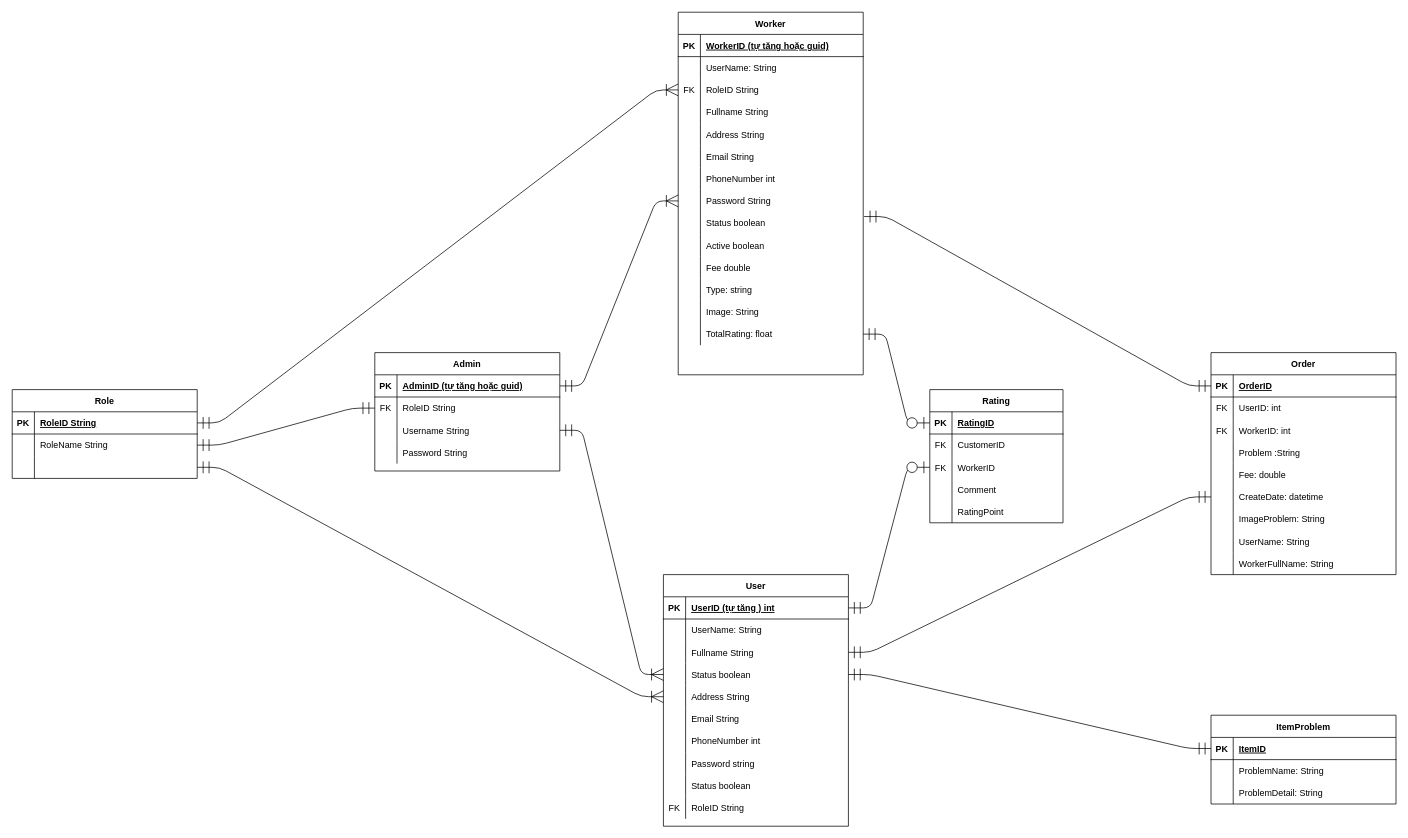
Above: Database_Version1.drawio in tan0976861/RepairHomeElectricsBooking (draw.io), before the change. Source tidied: cells renumbered, new cells numbered last; positions are measured from the earlier drawing's top-left corner, leaving out a move shared by most shapes. Both pictures are drawn from the tidied source at 74%, with x=0, y=0 at pixel (12, 12).
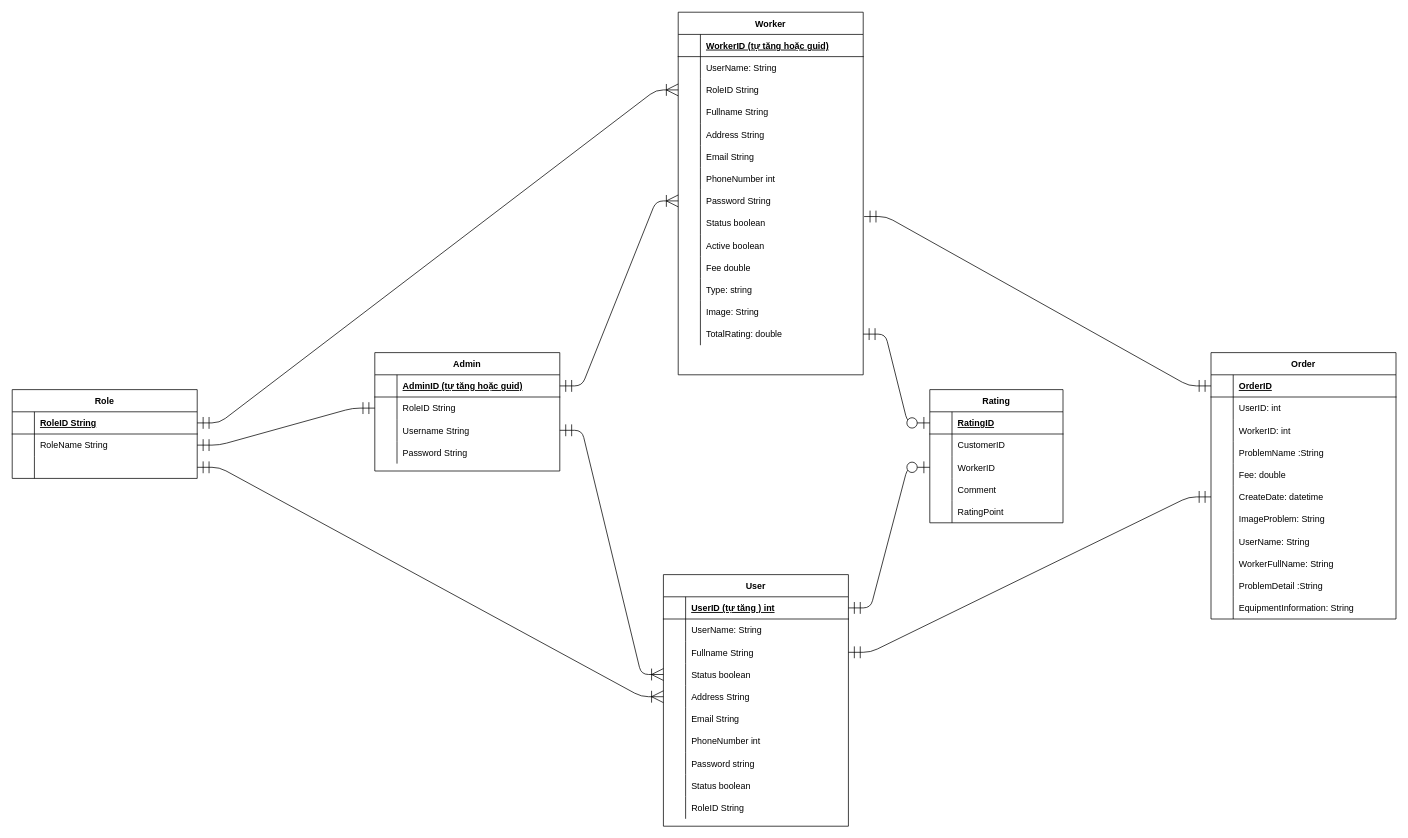
After the change.

Unchanged cells that the change refers to:
```xml
<mxCell id="3" style="shape=partialRectangle;fillColor=none;points=[[0,0.5],[1,0.5]];portConstraint=eastwest;top=0;left=0;right=0;bottom=1;" parent="2" vertex="1">
  <mxGeometry y="30" width="250" height="30" as="geometry" />
</mxCell>
<mxCell id="13" style="shape=partialRectangle;fillColor=none;points=[[0,0.5],[1,0.5]];portConstraint=eastwest;top=0;left=0;right=0;bottom=1;" parent="12" vertex="1">
  <mxGeometry y="30" width="250" height="30" as="geometry" />
</mxCell>
<mxCell id="22" style="shape=partialRectangle;fillColor=none;points=[[0,0.5],[1,0.5]];portConstraint=eastwest;top=0;left=0;right=0;bottom=0;" parent="12" vertex="1">
  <mxGeometry y="120" width="250" height="30" as="geometry" />
</mxCell>
<mxCell id="40" style="shape=partialRectangle;fillColor=none;top=0;left=0;right=0;bottom=0;" parent="12" vertex="1">
  <mxGeometry y="300" width="250" height="30" as="geometry" />
</mxCell>
<mxCell id="44" style="shape=partialRectangle;fillColor=none;top=0;left=0;right=0;bottom=1;" parent="43" vertex="1">
  <mxGeometry y="30" width="250" height="30" as="geometry" />
</mxCell>
<mxCell id="50" style="shape=partialRectangle;fillColor=none;points=[[0,0.5],[1,0.5]];portConstraint=eastwest;top=0;left=0;right=0;bottom=0;" parent="43" vertex="1">
  <mxGeometry y="90" width="250" height="30" as="geometry" />
</mxCell>
<mxCell id="83" style="shape=partialRectangle;fillColor=none;points=[[0,0.5],[1,0.5]];portConstraint=eastwest;top=0;left=0;right=0;bottom=0;" parent="43" vertex="1">
  <mxGeometry y="420" width="250" height="30" as="geometry" />
</mxCell>
<mxCell id="87" style="shape=partialRectangle;fillColor=none;points=[[0,0.5],[1,0.5]];portConstraint=eastwest;top=0;left=0;right=0;bottom=1;" parent="86" vertex="1">
  <mxGeometry y="30" width="250" height="30" as="geometry" />
</mxCell>
<mxCell id="90" style="shape=partialRectangle;fillColor=none;points=[[0,0.5],[1,0.5]];portConstraint=eastwest;top=0;left=0;right=0;bottom=0;" parent="86" vertex="1">
  <mxGeometry y="60" width="250" height="30" as="geometry" />
</mxCell>
<mxCell id="100" style="shape=partialRectangle;fillColor=none;points=[[0,0.5],[1,0.5]];portConstraint=eastwest;top=0;left=0;right=0;bottom=1;" parent="99" vertex="1">
  <mxGeometry y="30" width="180" height="30" as="geometry" />
</mxCell>
<mxCell id="103" style="shape=partialRectangle;fillColor=none;top=0;left=0;right=0;bottom=0;" parent="99" vertex="1">
  <mxGeometry y="60" width="180" height="30" as="geometry" />
</mxCell>
<mxCell id="106" style="shape=partialRectangle;fillColor=none;points=[[0,0.5],[1,0.5]];portConstraint=eastwest;top=0;left=0;right=0;bottom=0;" parent="99" vertex="1">
  <mxGeometry y="90" width="180" height="30" as="geometry" />
</mxCell>
<mxCell id="116" style="shape=partialRectangle;fillColor=none;points=[[0,0.5],[1,0.5]];portConstraint=eastwest;top=0;left=0;right=0;bottom=1;" parent="115" vertex="1">
  <mxGeometry y="30" width="250" height="30" as="geometry" />
</mxCell>
<mxCell id="119" style="shape=partialRectangle;fillColor=none;top=0;left=0;right=0;bottom=0;" parent="115" vertex="1">
  <mxGeometry y="60" width="250" height="30" as="geometry" />
</mxCell>
<mxCell id="122" style="shape=partialRectangle;fillColor=none;top=0;left=0;right=0;bottom=0;" parent="115" vertex="1">
  <mxGeometry y="90" width="250" height="30" as="geometry" />
</mxCell>
<mxCell id="125" style="shape=partialRectangle;fillColor=none;top=0;left=0;right=0;bottom=0;" parent="115" vertex="1">
  <mxGeometry y="120" width="250" height="30" as="geometry" />
</mxCell>
```

Diff of the diagram source:
```diff
@@
-    <mxCell id="2" value="Role" style="shape=table;startSize=30;childLayout=tableLayout;rowLines=0;fontStyle=1;align=center;" parent="1" vertex="1">
+    <mxCell id="2" value="Role" style="shape=table;startSize=30;childLayout=tableLayout;rowLines=0;fontStyle=1;align=center;fontColor=default;" parent="1" vertex="1">
       <mxGeometry y="510" width="250" height="120" as="geometry" />
     </mxCell>
@@
-    <mxCell id="4" value="PK" style="shape=partialRectangle;overflow=hidden;fillColor=none;top=0;left=0;bottom=0;right=0;fontStyle=1;" parent="3" vertex="1">
+    <mxCell id="4" style="shape=partialRectangle;overflow=hidden;fillColor=none;top=0;left=0;bottom=0;right=0;fontStyle=1;fontColor=default;" parent="3" vertex="1">
       <mxGeometry width="30" height="30" as="geometry" />
     </mxCell>
@@
-    <mxCell id="12" value="User" style="shape=table;startSize=30;childLayout=tableLayout;rowLines=0;fontStyle=1;align=center;" parent="1" vertex="1">
+    <mxCell id="12" value="User" style="shape=table;startSize=30;childLayout=tableLayout;rowLines=0;fontStyle=1;align=center;fontColor=default;" parent="1" vertex="1">
       <mxGeometry x="880" y="760" width="250" height="340" as="geometry" />
     </mxCell>
@@
-    <mxCell id="14" value="PK" style="shape=partialRectangle;overflow=hidden;fillColor=none;top=0;left=0;bottom=0;right=0;fontStyle=1;" parent="13" vertex="1">
+    <mxCell id="14" style="shape=partialRectangle;overflow=hidden;fillColor=none;top=0;left=0;bottom=0;right=0;fontStyle=1;fontColor=default;" parent="13" vertex="1">
       <mxGeometry width="30" height="30" as="geometry" />
     </mxCell>
@@
-    <mxCell id="41" value="FK" style="shape=partialRectangle;overflow=hidden;fillColor=none;top=0;left=0;bottom=0;right=0;" parent="40" vertex="1">
+    <mxCell id="41" style="shape=partialRectangle;overflow=hidden;fillColor=none;top=0;left=0;bottom=0;right=0;fontColor=default;" parent="40" vertex="1">
       <mxGeometry width="30" height="30" as="geometry" />
     </mxCell>
@@
-    <mxCell id="45" value="PK" style="shape=partialRectangle;overflow=hidden;fillColor=none;top=0;left=0;bottom=0;right=0;fontStyle=1;" parent="44" vertex="1">
+    <mxCell id="45" style="shape=partialRectangle;overflow=hidden;fillColor=none;top=0;left=0;bottom=0;right=0;fontStyle=1;fontColor=default;" parent="44" vertex="1">
       <mxGeometry width="30" height="30" as="geometry" />
     </mxCell>
@@
-    <mxCell id="51" value="FK" style="shape=partialRectangle;overflow=hidden;fillColor=none;top=0;left=0;bottom=0;right=0;" parent="50" vertex="1">
+    <mxCell id="51" style="shape=partialRectangle;overflow=hidden;fillColor=none;top=0;left=0;bottom=0;right=0;fontColor=default;" parent="50" vertex="1">
       <mxGeometry width="30" height="30" as="geometry" />
     </mxCell>
@@
-    <mxCell id="85" value="TotalRating: float" style="shape=partialRectangle;overflow=hidden;fillColor=none;top=0;left=0;bottom=0;right=0;align=left;spacingLeft=6;" parent="83" vertex="1">
+    <mxCell id="85" value="TotalRating: double" style="shape=partialRectangle;overflow=hidden;fillColor=none;top=0;left=0;bottom=0;right=0;align=left;spacingLeft=6;fontColor=default;" parent="83" vertex="1">
       <mxGeometry x="30" width="220" height="30" as="geometry" />
     </mxCell>
-    <mxCell id="86" value="Admin" style="shape=table;startSize=30;childLayout=tableLayout;rowLines=0;fontStyle=1;align=center;" parent="1" vertex="1">
+    <mxCell id="86" value="Admin" style="shape=table;startSize=30;childLayout=tableLayout;rowLines=0;fontStyle=1;align=center;fontColor=default;" parent="1" vertex="1">
       <mxGeometry x="490" y="460" width="250" height="160" as="geometry" />
     </mxCell>
@@
-    <mxCell id="88" value="PK" style="shape=partialRectangle;overflow=hidden;fillColor=none;top=0;left=0;bottom=0;right=0;fontStyle=1;" parent="87" vertex="1">
+    <mxCell id="88" style="shape=partialRectangle;overflow=hidden;fillColor=none;top=0;left=0;bottom=0;right=0;fontStyle=1;fontColor=default;" parent="87" vertex="1">
       <mxGeometry width="30" height="30" as="geometry" />
     </mxCell>
@@
-    <mxCell id="91" value="FK" style="shape=partialRectangle;overflow=hidden;fillColor=none;top=0;left=0;bottom=0;right=0;" parent="90" vertex="1">
+    <mxCell id="91" style="shape=partialRectangle;overflow=hidden;fillColor=none;top=0;left=0;bottom=0;right=0;fontColor=default;" parent="90" vertex="1">
       <mxGeometry width="30" height="30" as="geometry" />
     </mxCell>
@@
-    <mxCell id="99" value="Rating" style="shape=table;startSize=30;childLayout=tableLayout;rowLines=0;fontStyle=1;align=center;" parent="1" vertex="1">
+    <mxCell id="99" value="Rating" style="shape=table;startSize=30;childLayout=tableLayout;rowLines=0;fontStyle=1;align=center;fontColor=default;" parent="1" vertex="1">
       <mxGeometry x="1240" y="510" width="180" height="180" as="geometry" />
     </mxCell>
@@
-    <mxCell id="101" value="PK" style="shape=partialRectangle;overflow=hidden;fillColor=none;top=0;left=0;bottom=0;right=0;fontStyle=1;" parent="100" vertex="1">
+    <mxCell id="101" style="shape=partialRectangle;overflow=hidden;fillColor=none;top=0;left=0;bottom=0;right=0;fontStyle=1;fontColor=default;" parent="100" vertex="1">
       <mxGeometry width="30" height="30" as="geometry" />
     </mxCell>
@@
-    <mxCell id="104" value="FK" style="shape=partialRectangle;overflow=hidden;fillColor=none;top=0;left=0;bottom=0;right=0;" parent="103" vertex="1">
+    <mxCell id="104" style="shape=partialRectangle;overflow=hidden;fillColor=none;top=0;left=0;bottom=0;right=0;fontColor=default;" parent="103" vertex="1">
       <mxGeometry width="30" height="30" as="geometry" />
     </mxCell>
@@
-    <mxCell id="107" value="FK" style="shape=partialRectangle;overflow=hidden;fillColor=none;top=0;left=0;bottom=0;right=0;" parent="106" vertex="1">
+    <mxCell id="107" style="shape=partialRectangle;overflow=hidden;fillColor=none;top=0;left=0;bottom=0;right=0;fontColor=default;" parent="106" vertex="1">
       <mxGeometry width="30" height="30" as="geometry" />
     </mxCell>
@@
-    <mxCell id="115" value="Order" style="shape=table;startSize=30;childLayout=tableLayout;rowLines=0;fontStyle=1;align=center;" parent="1" vertex="1">
-      <mxGeometry x="1620" y="460" width="250" height="300" as="geometry" />
+    <mxCell id="115" value="Order" style="shape=table;startSize=30;childLayout=tableLayout;rowLines=0;fontStyle=1;align=center;fontColor=default;" parent="1" vertex="1">
+      <mxGeometry x="1620" y="460" width="250" height="360" as="geometry" />
     </mxCell>
@@
-    <mxCell id="117" value="PK" style="shape=partialRectangle;overflow=hidden;fillColor=none;top=0;left=0;bottom=0;right=0;fontStyle=1;" parent="116" vertex="1">
+    <mxCell id="117" style="shape=partialRectangle;overflow=hidden;fillColor=none;top=0;left=0;bottom=0;right=0;fontStyle=1;fontColor=default;" parent="116" vertex="1">
       <mxGeometry width="30" height="30" as="geometry" />
     </mxCell>
@@
-    <mxCell id="120" value="FK" style="shape=partialRectangle;overflow=hidden;fillColor=none;top=0;left=0;bottom=0;right=0;" parent="119" vertex="1">
+    <mxCell id="120" style="shape=partialRectangle;overflow=hidden;fillColor=none;top=0;left=0;bottom=0;right=0;fontColor=default;" parent="119" vertex="1">
       <mxGeometry width="30" height="30" as="geometry" />
     </mxCell>
@@
-    <mxCell id="123" value="FK" style="shape=partialRectangle;overflow=hidden;fillColor=none;top=0;left=0;bottom=0;right=0;" parent="122" vertex="1">
+    <mxCell id="123" style="shape=partialRectangle;overflow=hidden;fillColor=none;top=0;left=0;bottom=0;right=0;fontColor=default;" parent="122" vertex="1">
       <mxGeometry width="30" height="30" as="geometry" />
     </mxCell>
@@
-    <mxCell id="127" value="Problem :String" style="shape=partialRectangle;overflow=hidden;fillColor=none;top=0;left=0;bottom=0;right=0;align=left;spacingLeft=6;" parent="125" vertex="1">
+    <mxCell id="127" value="ProblemName :String" style="shape=partialRectangle;overflow=hidden;fillColor=none;top=0;left=0;bottom=0;right=0;align=left;spacingLeft=6;strokeColor=default;fontColor=default;" parent="125" vertex="1">
       <mxGeometry x="30" width="220" height="30" as="geometry" />
     </mxCell>
@@
+    <mxCell id="163" style="shape=partialRectangle;fillColor=none;top=0;left=0;right=0;bottom=0;" parent="115" vertex="1">
+      <mxGeometry y="300" width="250" height="30" as="geometry" />
+    </mxCell>
+    <mxCell id="164" style="shape=partialRectangle;overflow=hidden;fillColor=none;top=0;left=0;bottom=0;right=0;" parent="163" vertex="1">
+      <mxGeometry width="30" height="30" as="geometry" />
+    </mxCell>
+    <mxCell id="165" value="ProblemDetail :String" style="shape=partialRectangle;overflow=hidden;fillColor=none;top=0;left=0;bottom=0;right=0;align=left;spacingLeft=6;fontColor=default;strokeColor=default;" parent="163" vertex="1">
+      <mxGeometry x="30" width="220" height="30" as="geometry" />
+    </mxCell>
+    <mxCell id="166" style="shape=partialRectangle;fillColor=none;top=0;left=0;right=0;bottom=0;" parent="115" vertex="1">
+      <mxGeometry y="330" width="250" height="30" as="geometry" />
+    </mxCell>
+    <mxCell id="167" style="shape=partialRectangle;overflow=hidden;fillColor=none;top=0;left=0;bottom=0;right=0;" parent="166" vertex="1">
+      <mxGeometry width="30" height="30" as="geometry" />
+    </mxCell>
+    <mxCell id="168" value="EquipmentInformation: String" style="shape=partialRectangle;overflow=hidden;fillColor=none;top=0;left=0;bottom=0;right=0;align=left;spacingLeft=6;fontColor=default;" parent="166" vertex="1">
+      <mxGeometry x="30" width="220" height="30" as="geometry" />
+    </mxCell>
@@
-    <mxCell id="151" value="ItemProblem" style="shape=table;startSize=30;childLayout=tableLayout;rowLines=0;fontStyle=1;align=center;" parent="1" vertex="1">
-      <mxGeometry x="1620" y="950" width="250" height="120" as="geometry" />
-    </mxCell>
-    <mxCell id="152" style="shape=partialRectangle;fillColor=none;points=[[0,0.5],[1,0.5]];portConstraint=eastwest;top=0;left=0;right=0;bottom=1;" parent="151" vertex="1">
-      <mxGeometry y="30" width="250" height="30" as="geometry" />
-    </mxCell>
-    <mxCell id="153" value="PK" style="shape=partialRectangle;overflow=hidden;fillColor=none;top=0;left=0;bottom=0;right=0;fontStyle=1;" parent="152" vertex="1">
-      <mxGeometry width="30" height="30" as="geometry" />
-    </mxCell>
-    <mxCell id="154" value="ItemID" style="shape=partialRectangle;overflow=hidden;fillColor=none;top=0;left=0;bottom=0;right=0;align=left;spacingLeft=6;fontStyle=5;" parent="152" vertex="1">
-      <mxGeometry x="30" width="220" height="30" as="geometry" />
-    </mxCell>
-    <mxCell id="155" style="shape=partialRectangle;fillColor=none;top=0;left=0;right=0;bottom=0;" parent="151" vertex="1">
-      <mxGeometry y="60" width="250" height="30" as="geometry" />
-    </mxCell>
-    <mxCell id="156" style="shape=partialRectangle;overflow=hidden;fillColor=none;top=0;left=0;bottom=0;right=0;" parent="155" vertex="1">
-      <mxGeometry width="30" height="30" as="geometry" />
-    </mxCell>
-    <mxCell id="157" value="ProblemName: String" style="shape=partialRectangle;overflow=hidden;fillColor=none;top=0;left=0;bottom=0;right=0;align=left;spacingLeft=6;" parent="155" vertex="1">
-      <mxGeometry x="30" width="220" height="30" as="geometry" />
-    </mxCell>
-    <mxCell id="158" style="shape=partialRectangle;fillColor=none;top=0;left=0;right=0;bottom=0;" parent="151" vertex="1">
-      <mxGeometry y="90" width="250" height="30" as="geometry" />
-    </mxCell>
-    <mxCell id="159" style="shape=partialRectangle;overflow=hidden;fillColor=none;top=0;left=0;bottom=0;right=0;" parent="158" vertex="1">
-      <mxGeometry width="30" height="30" as="geometry" />
-    </mxCell>
-    <mxCell id="160" value="ProblemDetail: String" style="shape=partialRectangle;overflow=hidden;fillColor=none;top=0;left=0;bottom=0;right=0;align=left;spacingLeft=6;" parent="158" vertex="1">
-      <mxGeometry x="30" width="220" height="30" as="geometry" />
-    </mxCell>
-    <mxCell id="161" style="edgeStyle=entityRelationEdgeStyle;fontSize=12;html=1;endArrow=ERmandOne;startArrow=ERmandOne;startSize=14;endSize=14;sourcePerimeterSpacing=8;targetPerimeterSpacing=8;exitX=1;exitY=0.5;exitDx=0;exitDy=0;entryX=0;entryY=0.5;entryDx=0;entryDy=0;" parent="1" edge="1" source="22" target="152">
-      <mxGeometry relative="1" as="geometry" />
-    </mxCell>
```
